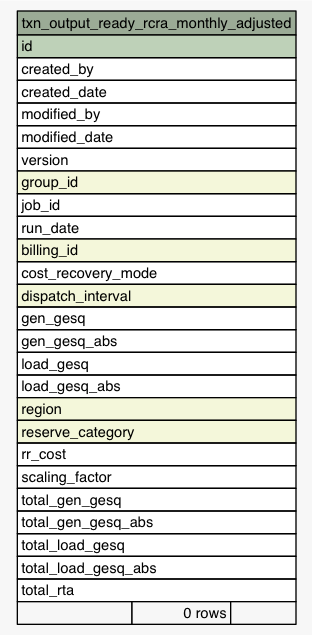
This is Data/settlement/diagrams/summary/txn_output_ready_rcra_monthly_adjusted.1degree.png from eyana-m/python-data-dictionary-writer, a Graphviz export, as it was before one commit. Its source is kept beside it as Data/settlement/diagrams/summary/txn_output_ready_rcra_monthly_adjusted.1degree.dot.
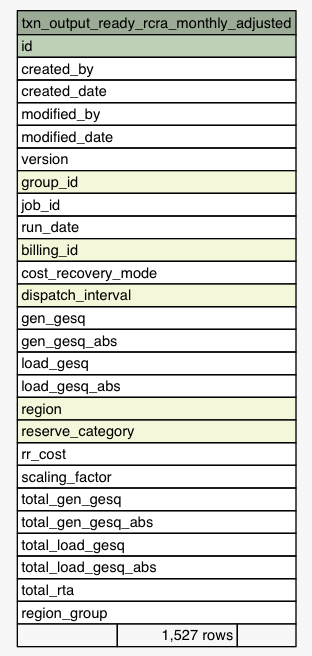
The same diagram one commit later.

Change to the diagram source:
```diff
@@ -44,7 +44,8 @@
       <TR><TD PORT="total_load_gesq" COLSPAN="3" ALIGN="LEFT">total_load_gesq</TD></TR>
       <TR><TD PORT="total_load_gesq_abs" COLSPAN="3" ALIGN="LEFT">total_load_gesq_abs</TD></TR>
       <TR><TD PORT="total_rta" COLSPAN="3" ALIGN="LEFT">total_rta</TD></TR>
-      <TR><TD ALIGN="LEFT" BGCOLOR="#f7f7f7">  </TD><TD ALIGN="RIGHT" BGCOLOR="#f7f7f7">0 rows</TD><TD ALIGN="RIGHT" BGCOLOR="#f7f7f7">  </TD></TR>
+      <TR><TD PORT="region_group" COLSPAN="3" ALIGN="LEFT">region_group</TD></TR>
+      <TR><TD ALIGN="LEFT" BGCOLOR="#f7f7f7">  </TD><TD ALIGN="RIGHT" BGCOLOR="#f7f7f7">1,527 rows</TD><TD ALIGN="RIGHT" BGCOLOR="#f7f7f7">  </TD></TR>
     </TABLE>>
     URL="tables/txn_output_ready_rcra_monthly_adjusted.html"
     tooltip="txn_output_ready_rcra_monthly_adjusted"
```
